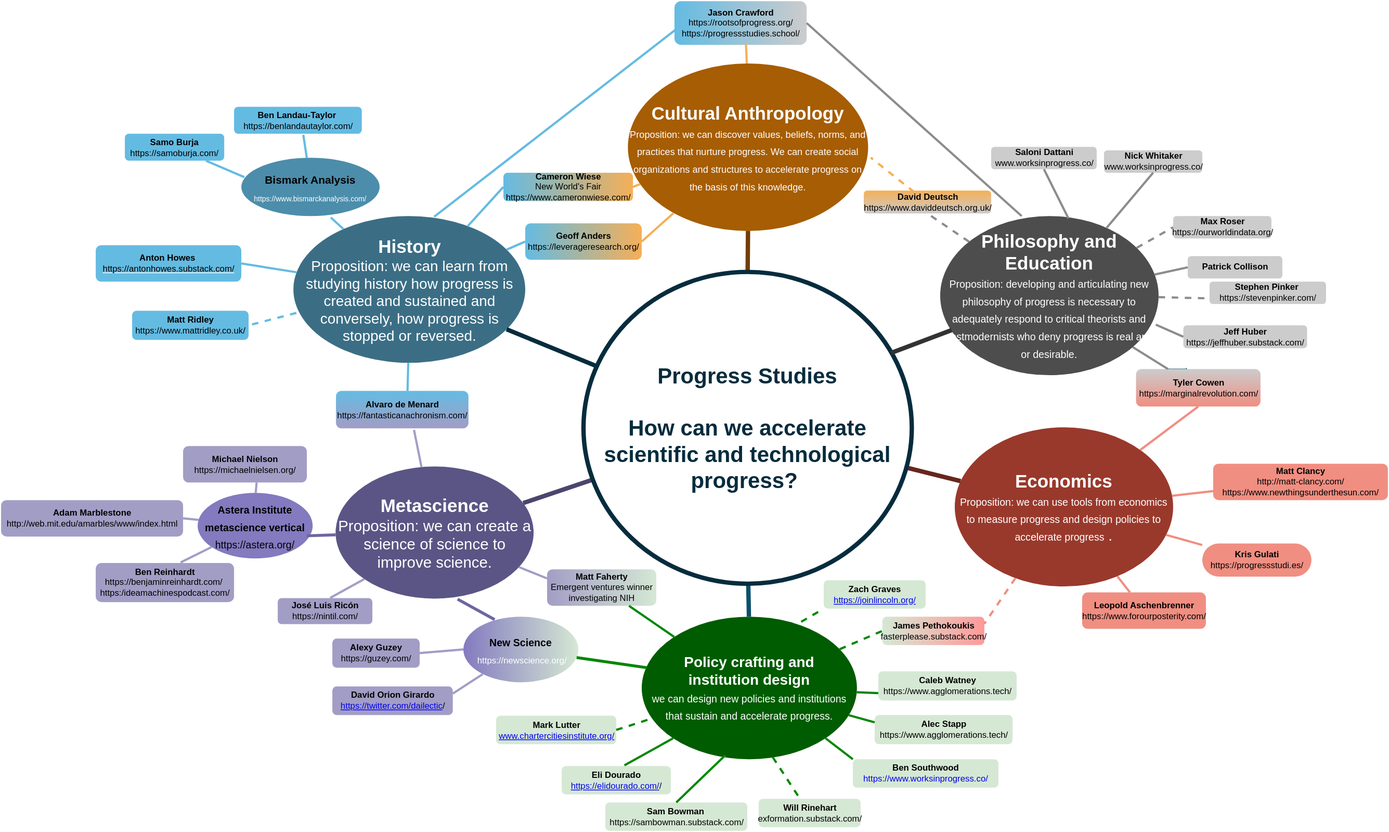
Earlier version of the draw.io export assets/map_of_progress_studies.svg (delton137/delton137.github.io). Source tidied: cells renumbered, new cells last; positions are measured from the earlier drawing's top-left corner, leaving out a move shared by most shapes.
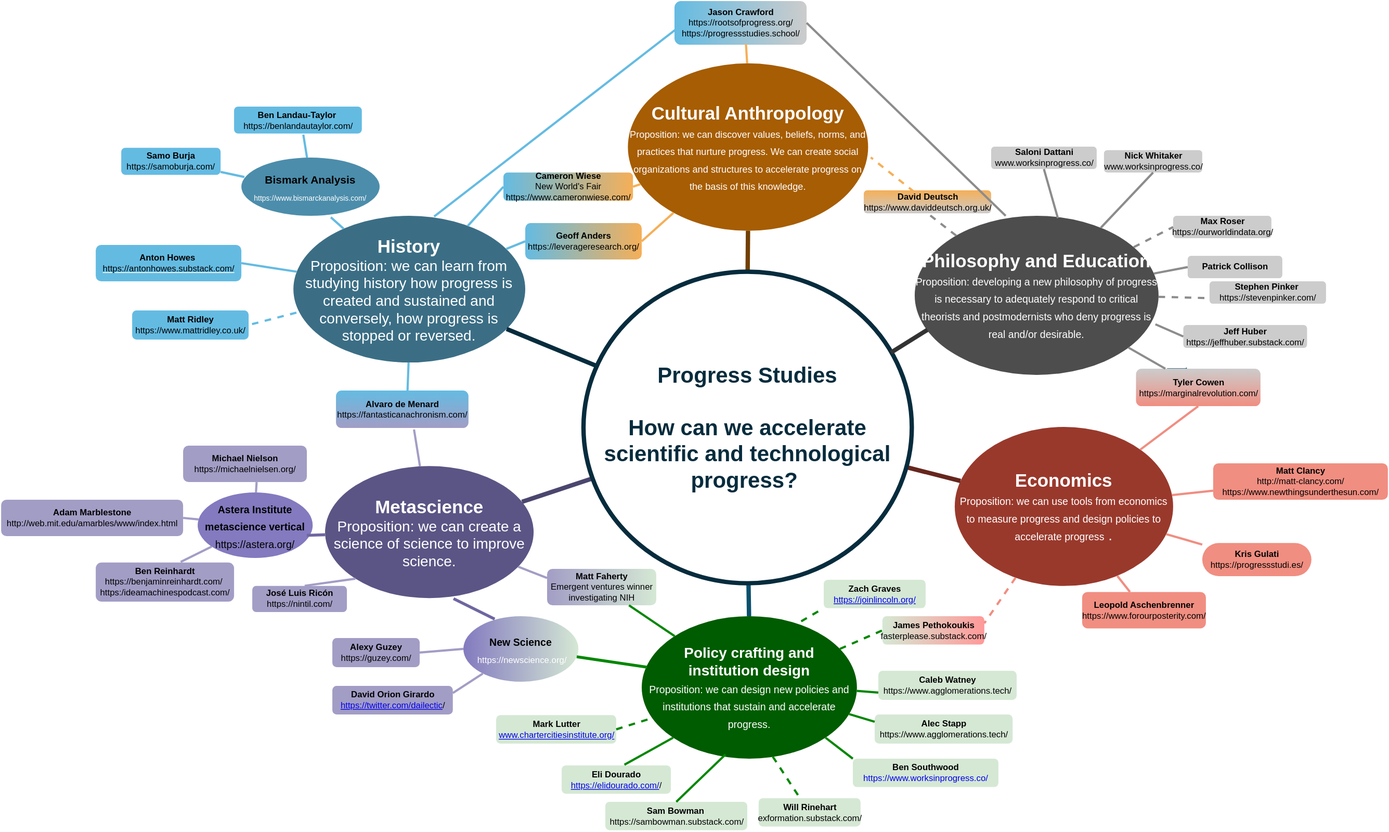
The same diagram one commit later.

What changed in the source:
```diff
@@ -11,7 +11,7 @@
     <mxCell id="4" value="&lt;font style=&quot;font-size: 25px&quot;&gt;&lt;b&gt;Economics&lt;/b&gt;&lt;br&gt;&lt;/font&gt;&lt;font style=&quot;font-size: 14px&quot;&gt;Proposition: we can use tools from economics to measure progress and design policies to accelerate progress&lt;/font&gt; ." style="ellipse;whiteSpace=wrap;html=1;shadow=0;fontFamily=Helvetica;fontSize=20;fontColor=#FFFFFF;align=center;strokeWidth=3;strokeColor=none;fillColor=#99392C;" parent="1" vertex="1">
       <mxGeometry x="1310" y="585" width="300" height="218.5" as="geometry" />
     </mxCell>
-    <mxCell id="5" value="&lt;font color=&quot;#ffffff&quot;&gt;&lt;b&gt;Policy crafting and &lt;br&gt;institution design&lt;/b&gt;&lt;br&gt;&lt;font style=&quot;font-size: 14px&quot;&gt;we can design new policies and institutions that sustain and accelerate progress.&lt;/font&gt;&lt;br&gt;&lt;/font&gt;" style="ellipse;whiteSpace=wrap;html=1;shadow=0;fontFamily=Helvetica;fontSize=20;align=center;strokeWidth=3;fillColor=#005C00;strokeColor=none;" parent="1" vertex="1">
+    <mxCell id="5" value="&lt;font color=&quot;#ffffff&quot;&gt;&lt;b&gt;Policy crafting and &lt;br&gt;institution design&lt;/b&gt;&lt;br&gt;&lt;font style=&quot;font-size: 14px&quot;&gt;Proposition: we can design new policies and institutions that sustain and accelerate progress.&lt;/font&gt;&lt;br&gt;&lt;/font&gt;" style="ellipse;whiteSpace=wrap;html=1;shadow=0;fontFamily=Helvetica;fontSize=20;align=center;strokeWidth=3;fillColor=#005C00;strokeColor=none;" parent="1" vertex="1">
       <mxGeometry x="880" y="845" width="295.6" height="195.8" as="geometry" />
     </mxCell>
     <mxCell id="6" style="endArrow=none;strokeWidth=6;html=1;strokeColor=#062C3D;" parent="1" edge="1" source="26" target="2">
@@ -80,8 +80,8 @@
     <mxCell id="26" value="&lt;font color=&quot;#062c3d&quot;&gt;Progress Studies&lt;br&gt;&lt;br&gt;How can we accelerate scientific and technological progress?&amp;nbsp;&lt;/font&gt;" style="ellipse;whiteSpace=wrap;html=1;shadow=0;fontFamily=Helvetica;fontSize=30;fontColor=#2F5B7C;align=center;strokeWidth=6;fillColor=#FFFFFF;fontStyle=1;gradientColor=none;strokeColor=#062C3D;" parent="1" vertex="1">
       <mxGeometry x="800" y="371.8" width="451" height="428" as="geometry" />
     </mxCell>
-    <mxCell id="27" value="&lt;b style=&quot;font-size: 25px&quot;&gt;Metascience&lt;br&gt;&lt;/b&gt;&lt;font style=&quot;font-size: 21px&quot;&gt;Proposition: we can create a science of science to improve science.&lt;/font&gt;" style="ellipse;whiteSpace=wrap;html=1;shadow=0;fontFamily=Helvetica;fontSize=20;fontColor=#FFFFFF;align=center;strokeWidth=3;strokeColor=none;fillColor=#5B5585;" parent="1" vertex="1">
-      <mxGeometry x="459.5" y="638.8" width="272" height="181.5" as="geometry" />
+    <mxCell id="27" value="&lt;b style=&quot;font-size: 25px&quot;&gt;Metascience&lt;br&gt;&lt;/b&gt;&lt;font style=&quot;font-size: 20px&quot;&gt;Proposition: we can create a science of science to improve science.&lt;/font&gt;" style="ellipse;whiteSpace=wrap;html=1;shadow=0;fontFamily=Helvetica;fontSize=20;fontColor=#FFFFFF;align=center;strokeWidth=3;strokeColor=none;fillColor=#5B5585;" parent="1" vertex="1">
+      <mxGeometry x="445" y="638.8" width="286.5" height="181.5" as="geometry" />
     </mxCell>
     <mxCell id="28" value="&lt;font color=&quot;#000000&quot;&gt;&lt;b&gt;Matt Faherty&lt;br&gt;&lt;/b&gt;Emergent ventures winner &lt;br&gt;investigating NIH&lt;/font&gt;" style="rounded=1;fillColor=#a29dc5;strokeColor=none;strokeWidth=3;shadow=0;html=1;fontColor=#FFFFFF;gradientDirection=east;gradientColor=#D5E8D4;" parent="1" vertex="1">
       <mxGeometry x="750" y="780" width="150" height="50" as="geometry" />
@@ -120,7 +120,7 @@
       <mxGeometry x="-1604.5" y="-705" as="geometry" />
     </mxCell>
     <mxCell id="39" value="&lt;font color=&quot;#000000&quot;&gt;&lt;b&gt;Samo Burja&lt;br&gt;&lt;/b&gt;&lt;a href=&quot;https://samoburja.com/&quot;&gt;https://samoburja.com/&lt;/a&gt;&lt;br&gt;&lt;/font&gt;" style="rounded=1;fillColor=#64BBE2;strokeColor=none;strokeWidth=3;shadow=0;html=1;fontColor=#FFFFFF;gradientDirection=east;" parent="1" vertex="1">
-      <mxGeometry x="170" y="182" width="136.5" height="37" as="geometry" />
+      <mxGeometry x="165" y="201.6" width="136.5" height="37" as="geometry" />
     </mxCell>
     <mxCell id="40" style="edgeStyle=none;endArrow=none;strokeWidth=3;strokeColor=#64BBE2;html=1;exitX=0.022;exitY=0.333;exitDx=0;exitDy=0;exitPerimeter=0;" parent="1" edge="1" source="75" target="39">
       <mxGeometry x="-296.5" y="-28.5" as="geometry" />
@@ -178,8 +178,8 @@
     <mxCell id="57" value="&lt;font color=&quot;#000000&quot;&gt;&lt;b&gt;Jeff Huber&lt;br&gt;&lt;/b&gt;&lt;a href=&quot;https://jeffhuber.substack.com/&quot;&gt;https://jeffhuber.substack.com/&lt;/a&gt;&lt;br&gt;&lt;/font&gt;" style="rounded=1;fillColor=#CCCCCC;strokeColor=none;strokeWidth=3;shadow=0;html=1;" parent="1" vertex="1">
       <mxGeometry x="1624" y="445" width="170" height="31.5" as="geometry" />
     </mxCell>
-    <mxCell id="58" value="&lt;font style=&quot;font-size: 25px&quot;&gt;&lt;b&gt;Philosophy and Education&lt;br&gt;&lt;/b&gt;&lt;/font&gt;&lt;span style=&quot;font-size: 14px&quot;&gt;Proposition: developing and articulating new philosophy of progress is necessary to adequately respond to critical theorists and postmodernists who deny progress is real and or desirable.&lt;/span&gt;" style="ellipse;whiteSpace=wrap;html=1;shadow=0;fontFamily=Helvetica;fontSize=20;fontColor=#FFFFFF;align=center;strokeWidth=3;strokeColor=none;fillColor=#4D4D4D;" parent="1" vertex="1">
-      <mxGeometry x="1290" y="295" width="300" height="218.5" as="geometry" />
+    <mxCell id="58" value="&lt;font style=&quot;font-size: 25px&quot;&gt;&lt;b&gt;Philosophy and Education&lt;br&gt;&lt;/b&gt;&lt;/font&gt;&lt;span style=&quot;font-size: 14px&quot;&gt;Proposition: developing a new philosophy of progress is necessary to adequately respond to critical theorists and postmodernists who deny progress is real and/or desirable.&lt;/span&gt;" style="ellipse;whiteSpace=wrap;html=1;shadow=0;fontFamily=Helvetica;fontSize=20;fontColor=#FFFFFF;align=center;strokeWidth=3;strokeColor=none;fillColor=#4D4D4D;" parent="1" vertex="1">
+      <mxGeometry x="1255" y="295" width="335" height="218.5" as="geometry" />
     </mxCell>
     <mxCell id="59" style="edgeStyle=none;endArrow=none;strokeWidth=3;strokeColor=#8C8C8C;html=1;exitX=0.987;exitY=0.682;exitDx=0;exitDy=0;entryX=0;entryY=0.5;entryDx=0;entryDy=0;fillColor=#d5e8d4;exitPerimeter=0;" parent="1" edge="1" source="58" target="57">
       <mxGeometry x="-14" y="-233.5" as="geometry" />
@@ -218,7 +218,7 @@
       <mxGeometry x="-446.5" y="75" as="geometry" />
     </mxCell>
     <mxCell id="71" value="&lt;span style=&quot;color: rgb(0 , 0 , 0) ; text-align: left&quot;&gt;&lt;b&gt;&lt;font style=&quot;font-size: 12px&quot;&gt;José Luis Ricón&lt;br&gt;&lt;/font&gt;&lt;/b&gt;&lt;/span&gt;&lt;font color=&quot;#000000&quot; style=&quot;font-size: 12px&quot;&gt;&lt;font style=&quot;font-size: 12px&quot;&gt;&lt;a href=&quot;https://nintil.com/&quot;&gt;https://nintil.com/&lt;/a&gt;&lt;/font&gt;&lt;br&gt;&lt;/font&gt;" style="rounded=1;fillColor=#a29dc5;strokeColor=none;strokeWidth=3;shadow=0;html=1;fontColor=#FFFFFF;" parent="1" vertex="1">
-      <mxGeometry x="380" y="819.5" width="130" height="35.8" as="geometry" />
+      <mxGeometry x="345" y="803.5" width="130" height="35.8" as="geometry" />
     </mxCell>
     <mxCell id="72" style="edgeStyle=none;endArrow=none;strokeWidth=3;strokeColor=#A29DC5;html=1;entryX=0.554;entryY=-0.007;entryDx=0;entryDy=0;entryPerimeter=0;exitX=0;exitY=1;exitDx=0;exitDy=0;" parent="1" edge="1" source="27" target="71">
       <mxGeometry x="-1637.5" y="-438.5" as="geometry" />
```
